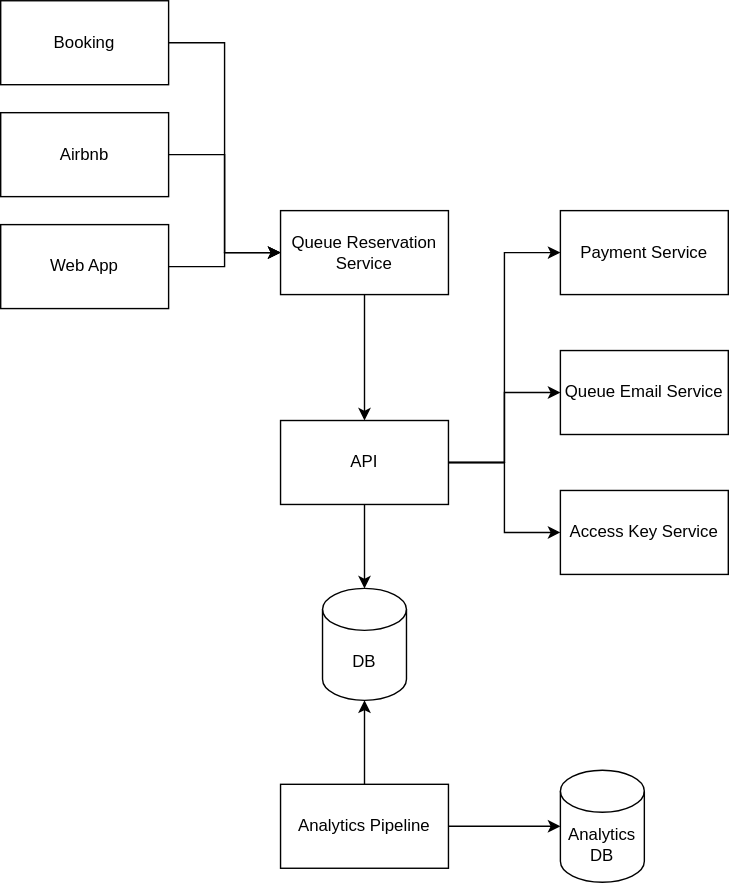
Before: high-level-design/deployment-diagram.drawio.svg, a diagram exported from draw.io (krystofmatejka/design-patterns-hotel-reservation). Source tidied: cells renumbered, new cells last; positions are measured from the earlier drawing's top-left corner, leaving out a move shared by most shapes. Its diagram source:
```xml
<mxGraphModel>
  <root>
    <mxCell id="0" />
    <mxCell id="1" parent="0" />
    <mxCell id="2" style="edgeStyle=orthogonalEdgeStyle;rounded=0;jettySize=auto;html=1;exitX=1;exitY=0.5;exitDx=0;exitDy=0;entryX=0;entryY=0.5;entryDx=0;entryDy=0;" parent="1" edge="1" source="3" target="10">
      <mxGeometry relative="1" as="geometry" />
    </mxCell>
    <mxCell id="3" value="Web App" style="rounded=0;whiteSpace=wrap;html=1;" parent="1" vertex="1">
      <mxGeometry y="160" width="120" height="60" as="geometry" />
    </mxCell>
    <mxCell id="4" value="Queue Email Service" style="rounded=0;whiteSpace=wrap;html=1;" parent="1" vertex="1">
      <mxGeometry x="400" y="250" width="120" height="60" as="geometry" />
    </mxCell>
    <mxCell id="5" style="edgeStyle=orthogonalEdgeStyle;rounded=0;jettySize=auto;html=1;exitX=1;exitY=0.5;exitDx=0;exitDy=0;entryX=0;entryY=0.5;entryDx=0;entryDy=0;" parent="1" edge="1" source="6" target="10">
      <mxGeometry relative="1" as="geometry" />
    </mxCell>
    <mxCell id="6" value="Booking" style="rounded=0;whiteSpace=wrap;html=1;" parent="1" vertex="1">
      <mxGeometry width="120" height="60" as="geometry" />
    </mxCell>
    <mxCell id="7" style="edgeStyle=orthogonalEdgeStyle;rounded=0;jettySize=auto;html=1;exitX=1;exitY=0.5;exitDx=0;exitDy=0;entryX=0;entryY=0.5;entryDx=0;entryDy=0;" parent="1" edge="1" source="8" target="10">
      <mxGeometry relative="1" as="geometry" />
    </mxCell>
    <mxCell id="8" value="Airbnb" style="rounded=0;whiteSpace=wrap;html=1;" parent="1" vertex="1">
      <mxGeometry y="80" width="120" height="60" as="geometry" />
    </mxCell>
    <mxCell id="9" style="edgeStyle=orthogonalEdgeStyle;rounded=0;jettySize=auto;html=1;exitX=0.5;exitY=1;exitDx=0;exitDy=0;entryX=0.5;entryY=0;entryDx=0;entryDy=0;" parent="1" edge="1" source="10" target="14">
      <mxGeometry relative="1" as="geometry" />
    </mxCell>
    <mxCell id="10" value="Queue Reservation Service" style="rounded=0;whiteSpace=wrap;html=1;" parent="1" vertex="1">
      <mxGeometry x="200" y="150" width="120" height="60" as="geometry" />
    </mxCell>
    <mxCell id="11" style="edgeStyle=orthogonalEdgeStyle;rounded=0;jettySize=auto;html=1;exitX=1;exitY=0.5;exitDx=0;exitDy=0;entryX=0;entryY=0.5;entryDx=0;entryDy=0;" parent="1" edge="1" source="14" target="4">
      <mxGeometry relative="1" as="geometry" />
    </mxCell>
    <mxCell id="12" style="edgeStyle=orthogonalEdgeStyle;rounded=0;jettySize=auto;html=1;exitX=1;exitY=0.5;exitDx=0;exitDy=0;entryX=0;entryY=0.5;entryDx=0;entryDy=0;" parent="1" edge="1" source="14" target="21">
      <mxGeometry relative="1" as="geometry" />
    </mxCell>
    <mxCell id="13" style="edgeStyle=orthogonalEdgeStyle;rounded=0;jettySize=auto;html=1;exitX=1;exitY=0.5;exitDx=0;exitDy=0;entryX=0;entryY=0.5;entryDx=0;entryDy=0;" parent="1" edge="1" source="14" target="22">
      <mxGeometry relative="1" as="geometry" />
    </mxCell>
    <mxCell id="14" value="API" style="rounded=0;whiteSpace=wrap;html=1;" parent="1" vertex="1">
      <mxGeometry x="200" y="300" width="120" height="60" as="geometry" />
    </mxCell>
    <mxCell id="15" value="DB" style="shape=cylinder3;whiteSpace=wrap;html=1;boundedLbl=1;backgroundOutline=1;size=15;" parent="1" vertex="1">
      <mxGeometry x="230" y="420" width="60" height="80" as="geometry" />
    </mxCell>
    <mxCell id="16" style="edgeStyle=orthogonalEdgeStyle;rounded=0;jettySize=auto;html=1;exitX=0.5;exitY=1;exitDx=0;exitDy=0;entryX=0.5;entryY=0;entryDx=0;entryDy=0;entryPerimeter=0;" parent="1" edge="1" source="14" target="15">
      <mxGeometry relative="1" as="geometry" />
    </mxCell>
    <mxCell id="17" value="Analytics DB" style="shape=cylinder3;whiteSpace=wrap;html=1;boundedLbl=1;backgroundOutline=1;size=15;" parent="1" vertex="1">
      <mxGeometry x="400" y="550" width="60" height="80" as="geometry" />
    </mxCell>
    <mxCell id="18" style="edgeStyle=orthogonalEdgeStyle;rounded=0;jettySize=auto;html=1;exitX=1;exitY=0.5;exitDx=0;exitDy=0;entryX=0;entryY=0.5;entryDx=0;entryDy=0;entryPerimeter=0;" parent="1" edge="1" source="19" target="17">
      <mxGeometry relative="1" as="geometry" />
    </mxCell>
    <mxCell id="19" value="Analytics Pipeline" style="rounded=0;whiteSpace=wrap;html=1;" parent="1" vertex="1">
      <mxGeometry x="200" y="560" width="120" height="60" as="geometry" />
    </mxCell>
    <mxCell id="20" style="edgeStyle=orthogonalEdgeStyle;rounded=0;jettySize=auto;html=1;exitX=0.5;exitY=0;exitDx=0;exitDy=0;entryX=0.5;entryY=1;entryDx=0;entryDy=0;entryPerimeter=0;" parent="1" edge="1" source="19" target="15">
      <mxGeometry relative="1" as="geometry" />
    </mxCell>
    <mxCell id="21" value="Access Key Service" style="rounded=0;whiteSpace=wrap;html=1;" parent="1" vertex="1">
      <mxGeometry x="400" y="350" width="120" height="60" as="geometry" />
    </mxCell>
    <mxCell id="22" value="Payment Service" style="rounded=0;whiteSpace=wrap;html=1;" parent="1" vertex="1">
      <mxGeometry x="400" y="150" width="120" height="60" as="geometry" />
    </mxCell>
  </root>
</mxGraphModel>
```
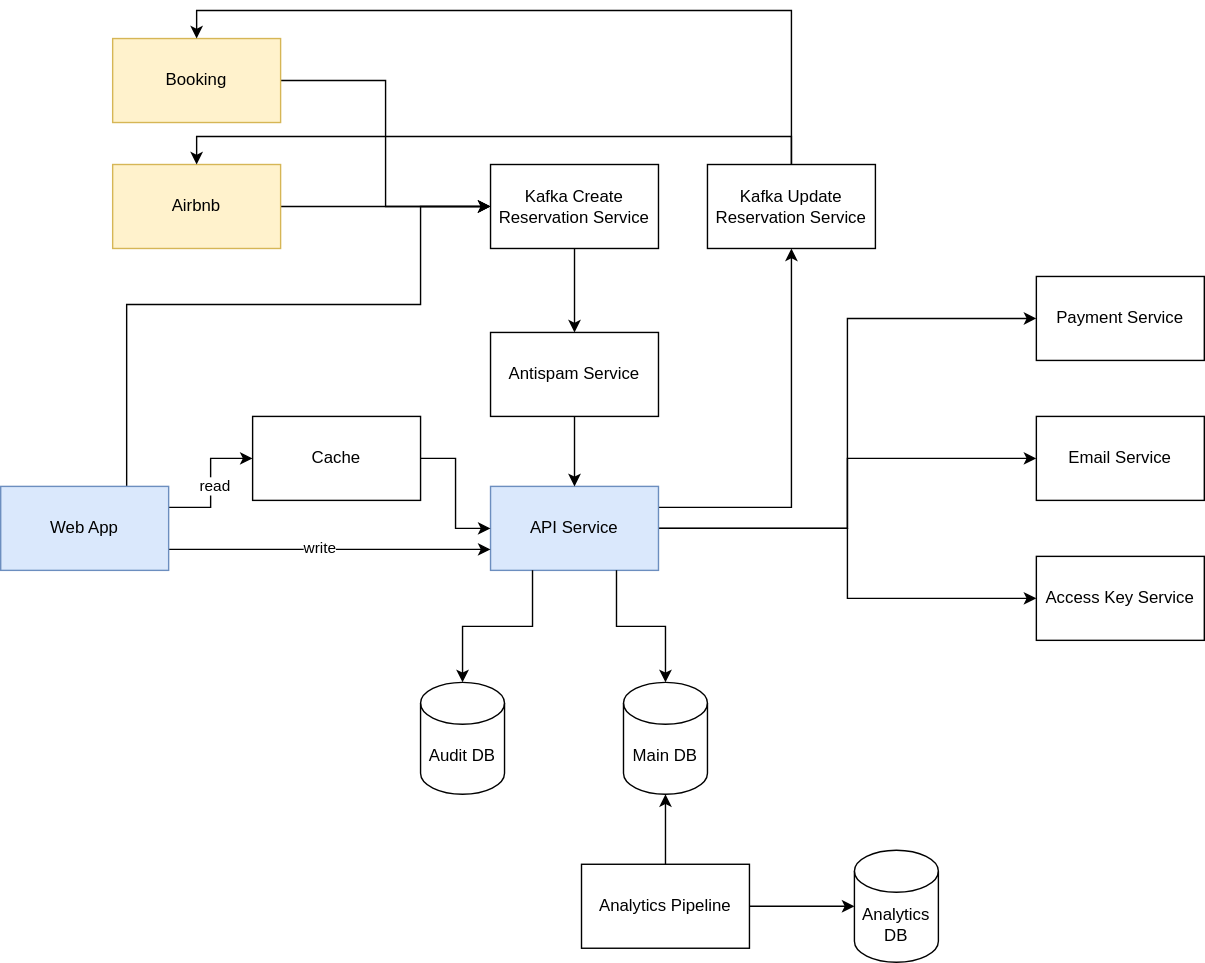
After the commit.

Change to the diagram source:
```diff
@@ -2,32 +2,26 @@
   <root>
     <mxCell id="0" />
     <mxCell id="1" parent="0" />
-    <mxCell id="2" style="edgeStyle=orthogonalEdgeStyle;rounded=0;jettySize=auto;html=1;exitX=1;exitY=0.5;exitDx=0;exitDy=0;entryX=0;entryY=0.5;entryDx=0;entryDy=0;" parent="1" edge="1" source="3" target="10">
-      <mxGeometry relative="1" as="geometry" />
-    </mxCell>
-    <mxCell id="3" value="Web App" style="rounded=0;whiteSpace=wrap;html=1;" parent="1" vertex="1">
-      <mxGeometry y="160" width="120" height="60" as="geometry" />
-    </mxCell>
-    <mxCell id="4" value="Queue Email Service" style="rounded=0;whiteSpace=wrap;html=1;" parent="1" vertex="1">
-      <mxGeometry x="400" y="250" width="120" height="60" as="geometry" />
+    <mxCell id="4" value="Email Service" style="rounded=0;whiteSpace=wrap;html=1;" parent="1" vertex="1">
+      <mxGeometry x="590" y="250" width="120" height="60" as="geometry" />
     </mxCell>
     <mxCell id="5" style="edgeStyle=orthogonalEdgeStyle;rounded=0;jettySize=auto;html=1;exitX=1;exitY=0.5;exitDx=0;exitDy=0;entryX=0;entryY=0.5;entryDx=0;entryDy=0;" parent="1" edge="1" source="6" target="10">
       <mxGeometry relative="1" as="geometry" />
     </mxCell>
-    <mxCell id="6" value="Booking" style="rounded=0;whiteSpace=wrap;html=1;" parent="1" vertex="1">
-      <mxGeometry width="120" height="60" as="geometry" />
+    <mxCell id="6" value="Booking" style="rounded=0;whiteSpace=wrap;html=1;fillColor=#fff2cc;strokeColor=#d6b656;" parent="1" vertex="1">
+      <mxGeometry x="-70" y="-20" width="120" height="60" as="geometry" />
     </mxCell>
     <mxCell id="7" style="edgeStyle=orthogonalEdgeStyle;rounded=0;jettySize=auto;html=1;exitX=1;exitY=0.5;exitDx=0;exitDy=0;entryX=0;entryY=0.5;entryDx=0;entryDy=0;" parent="1" edge="1" source="8" target="10">
       <mxGeometry relative="1" as="geometry" />
     </mxCell>
-    <mxCell id="8" value="Airbnb" style="rounded=0;whiteSpace=wrap;html=1;" parent="1" vertex="1">
-      <mxGeometry y="80" width="120" height="60" as="geometry" />
+    <mxCell id="8" value="Airbnb" style="rounded=0;whiteSpace=wrap;html=1;fillColor=#fff2cc;strokeColor=#d6b656;" parent="1" vertex="1">
+      <mxGeometry x="-70" y="70" width="120" height="60" as="geometry" />
     </mxCell>
-    <mxCell id="9" style="edgeStyle=orthogonalEdgeStyle;rounded=0;jettySize=auto;html=1;exitX=0.5;exitY=1;exitDx=0;exitDy=0;entryX=0.5;entryY=0;entryDx=0;entryDy=0;" parent="1" edge="1" source="10" target="14">
-      <mxGeometry relative="1" as="geometry" />
-    </mxCell>
+    <mxCell id="23" style="edgeStyle=orthogonalEdgeStyle;rounded=0;jettySize=auto;html=1;exitX=0.5;exitY=1;exitDx=0;exitDy=0;entryX=0.5;entryY=0;entryDx=0;entryDy=0;" parent="1" edge="1" source="10" target="30">
+      <mxGeometry relative="1" as="geometry" />
+    </mxCell>
-    <mxCell id="10" value="Queue Reservation Service" style="rounded=0;whiteSpace=wrap;html=1;" parent="1" vertex="1">
-      <mxGeometry x="200" y="150" width="120" height="60" as="geometry" />
+    <mxCell id="10" value="Kafka Create Reservation Service" style="rounded=0;whiteSpace=wrap;html=1;" parent="1" vertex="1">
+      <mxGeometry x="200" y="70" width="120" height="60" as="geometry" />
     </mxCell>
     <mxCell id="11" style="edgeStyle=orthogonalEdgeStyle;rounded=0;jettySize=auto;html=1;exitX=1;exitY=0.5;exitDx=0;exitDy=0;entryX=0;entryY=0.5;entryDx=0;entryDy=0;" parent="1" edge="1" source="14" target="4">
       <mxGeometry relative="1" as="geometry" />
@@ -38,32 +32,86 @@
     <mxCell id="13" style="edgeStyle=orthogonalEdgeStyle;rounded=0;jettySize=auto;html=1;exitX=1;exitY=0.5;exitDx=0;exitDy=0;entryX=0;entryY=0.5;entryDx=0;entryDy=0;" parent="1" edge="1" source="14" target="22">
       <mxGeometry relative="1" as="geometry" />
     </mxCell>
+    <mxCell id="24" style="edgeStyle=orthogonalEdgeStyle;rounded=0;jettySize=auto;html=1;exitX=1;exitY=0.25;exitDx=0;exitDy=0;entryX=0.5;entryY=1;entryDx=0;entryDy=0;" parent="1" edge="1" source="14" target="37">
+      <mxGeometry relative="1" as="geometry" />
+    </mxCell>
-    <mxCell id="14" value="API" style="rounded=0;whiteSpace=wrap;html=1;" parent="1" vertex="1">
+    <mxCell id="14" value="API Service" style="rounded=0;whiteSpace=wrap;html=1;fillColor=#dae8fc;strokeColor=#6c8ebf;" parent="1" vertex="1">
       <mxGeometry x="200" y="300" width="120" height="60" as="geometry" />
     </mxCell>
-    <mxCell id="15" value="DB" style="shape=cylinder3;whiteSpace=wrap;html=1;boundedLbl=1;backgroundOutline=1;size=15;" parent="1" vertex="1">
-      <mxGeometry x="230" y="420" width="60" height="80" as="geometry" />
+    <mxCell id="15" value="Main DB" style="shape=cylinder3;whiteSpace=wrap;html=1;boundedLbl=1;backgroundOutline=1;size=15;" parent="1" vertex="1">
+      <mxGeometry x="295" y="440" width="60" height="80" as="geometry" />
     </mxCell>
-    <mxCell id="16" style="edgeStyle=orthogonalEdgeStyle;rounded=0;jettySize=auto;html=1;exitX=0.5;exitY=1;exitDx=0;exitDy=0;entryX=0.5;entryY=0;entryDx=0;entryDy=0;entryPerimeter=0;" parent="1" edge="1" source="14" target="15">
+    <mxCell id="16" style="edgeStyle=orthogonalEdgeStyle;rounded=0;jettySize=auto;html=1;exitX=0.75;exitY=1;exitDx=0;exitDy=0;entryX=0.5;entryY=0;entryDx=0;entryDy=0;entryPerimeter=0;" parent="1" edge="1" source="14" target="15">
       <mxGeometry relative="1" as="geometry" />
     </mxCell>
     <mxCell id="17" value="Analytics DB" style="shape=cylinder3;whiteSpace=wrap;html=1;boundedLbl=1;backgroundOutline=1;size=15;" parent="1" vertex="1">
-      <mxGeometry x="400" y="550" width="60" height="80" as="geometry" />
+      <mxGeometry x="460" y="560" width="60" height="80" as="geometry" />
     </mxCell>
     <mxCell id="18" style="edgeStyle=orthogonalEdgeStyle;rounded=0;jettySize=auto;html=1;exitX=1;exitY=0.5;exitDx=0;exitDy=0;entryX=0;entryY=0.5;entryDx=0;entryDy=0;entryPerimeter=0;" parent="1" edge="1" source="19" target="17">
       <mxGeometry relative="1" as="geometry" />
     </mxCell>
     <mxCell id="19" value="Analytics Pipeline" style="rounded=0;whiteSpace=wrap;html=1;" parent="1" vertex="1">
-      <mxGeometry x="200" y="560" width="120" height="60" as="geometry" />
+      <mxGeometry x="265" y="570" width="120" height="60" as="geometry" />
     </mxCell>
     <mxCell id="20" style="edgeStyle=orthogonalEdgeStyle;rounded=0;jettySize=auto;html=1;exitX=0.5;exitY=0;exitDx=0;exitDy=0;entryX=0.5;entryY=1;entryDx=0;entryDy=0;entryPerimeter=0;" parent="1" edge="1" source="19" target="15">
       <mxGeometry relative="1" as="geometry" />
     </mxCell>
     <mxCell id="21" value="Access Key Service" style="rounded=0;whiteSpace=wrap;html=1;" parent="1" vertex="1">
-      <mxGeometry x="400" y="350" width="120" height="60" as="geometry" />
+      <mxGeometry x="590" y="350" width="120" height="60" as="geometry" />
     </mxCell>
     <mxCell id="22" value="Payment Service" style="rounded=0;whiteSpace=wrap;html=1;" parent="1" vertex="1">
-      <mxGeometry x="400" y="150" width="120" height="60" as="geometry" />
+      <mxGeometry x="590" y="150" width="120" height="60" as="geometry" />
     </mxCell>
+    <mxCell id="2" style="edgeStyle=orthogonalEdgeStyle;rounded=0;jettySize=auto;html=1;exitX=0.75;exitY=0;exitDx=0;exitDy=0;entryX=0;entryY=0.5;entryDx=0;entryDy=0;" parent="1" edge="1" source="3" target="10">
+      <mxGeometry relative="1" as="geometry">
+        <Array as="points">
+          <mxPoint x="-60" y="170" />
+          <mxPoint x="150" y="170" />
+          <mxPoint x="150" y="100" />
+        </Array>
+      </mxGeometry>
+    </mxCell>
+    <mxCell id="25" style="edgeStyle=orthogonalEdgeStyle;rounded=0;jettySize=auto;html=1;exitX=1;exitY=0.25;exitDx=0;exitDy=0;entryX=0;entryY=0.5;entryDx=0;entryDy=0;" parent="1" edge="1" source="3" target="34">
+      <mxGeometry relative="1" as="geometry" />
+    </mxCell>
+    <mxCell id="26" value="read" style="edgeLabel;html=1;align=center;verticalAlign=middle;" parent="25" vertex="1">
+      <mxGeometry x="-0.03" y="-2" relative="1" as="geometry" />
+    </mxCell>
+    <mxCell id="27" style="edgeStyle=orthogonalEdgeStyle;rounded=0;jettySize=auto;html=1;exitX=1;exitY=0.75;exitDx=0;exitDy=0;entryX=0;entryY=0.75;entryDx=0;entryDy=0;" parent="1" edge="1" source="3" target="14">
+      <mxGeometry relative="1" as="geometry" />
+    </mxCell>
+    <mxCell id="28" value="write" style="edgeLabel;html=1;align=center;verticalAlign=middle;" parent="27" vertex="1">
+      <mxGeometry x="-0.07" y="2" relative="1" as="geometry" />
+    </mxCell>
+    <mxCell id="3" value="Web App" style="rounded=0;whiteSpace=wrap;html=1;fillColor=#dae8fc;strokeColor=#6c8ebf;" parent="1" vertex="1">
+      <mxGeometry x="-150" y="300" width="120" height="60" as="geometry" />
+    </mxCell>
+    <mxCell id="29" style="edgeStyle=orthogonalEdgeStyle;rounded=0;jettySize=auto;html=1;exitX=0.5;exitY=1;exitDx=0;exitDy=0;entryX=0.5;entryY=0;entryDx=0;entryDy=0;" parent="1" edge="1" source="30" target="14">
+      <mxGeometry relative="1" as="geometry" />
+    </mxCell>
+    <mxCell id="30" value="Antispam Service" style="rounded=0;whiteSpace=wrap;html=1;" parent="1" vertex="1">
+      <mxGeometry x="200" y="190" width="120" height="60" as="geometry" />
+    </mxCell>
+    <mxCell id="31" value="Audit DB" style="shape=cylinder3;whiteSpace=wrap;html=1;boundedLbl=1;backgroundOutline=1;size=15;" parent="1" vertex="1">
+      <mxGeometry x="150" y="440" width="60" height="80" as="geometry" />
+    </mxCell>
+    <mxCell id="32" style="edgeStyle=orthogonalEdgeStyle;rounded=0;jettySize=auto;html=1;exitX=0.25;exitY=1;exitDx=0;exitDy=0;entryX=0.5;entryY=0;entryDx=0;entryDy=0;entryPerimeter=0;" parent="1" edge="1" source="14" target="31">
+      <mxGeometry relative="1" as="geometry" />
+    </mxCell>
+    <mxCell id="33" style="edgeStyle=orthogonalEdgeStyle;rounded=0;jettySize=auto;html=1;exitX=1;exitY=0.5;exitDx=0;exitDy=0;entryX=0;entryY=0.5;entryDx=0;entryDy=0;" parent="1" edge="1" source="34" target="14">
+      <mxGeometry relative="1" as="geometry" />
+    </mxCell>
+    <mxCell id="34" value="Cache" style="rounded=0;whiteSpace=wrap;html=1;" parent="1" vertex="1">
+      <mxGeometry x="30" y="250" width="120" height="60" as="geometry" />
+    </mxCell>
+    <mxCell id="35" style="edgeStyle=orthogonalEdgeStyle;rounded=0;jettySize=auto;html=1;exitX=0.5;exitY=0;exitDx=0;exitDy=0;entryX=0.5;entryY=0;entryDx=0;entryDy=0;" parent="1" edge="1" source="37" target="6">
+      <mxGeometry relative="1" as="geometry" />
+    </mxCell>
+    <mxCell id="36" style="edgeStyle=orthogonalEdgeStyle;rounded=0;jettySize=auto;html=1;exitX=0.5;exitY=0;exitDx=0;exitDy=0;entryX=0.5;entryY=0;entryDx=0;entryDy=0;" parent="1" edge="1" source="37" target="8">
+      <mxGeometry relative="1" as="geometry" />
+    </mxCell>
+    <mxCell id="37" value="Kafka Update Reservation Service" style="rounded=0;whiteSpace=wrap;html=1;" parent="1" vertex="1">
+      <mxGeometry x="355" y="70" width="120" height="60" as="geometry" />
+    </mxCell>
   </root>
 </mxGraphModel>
```
